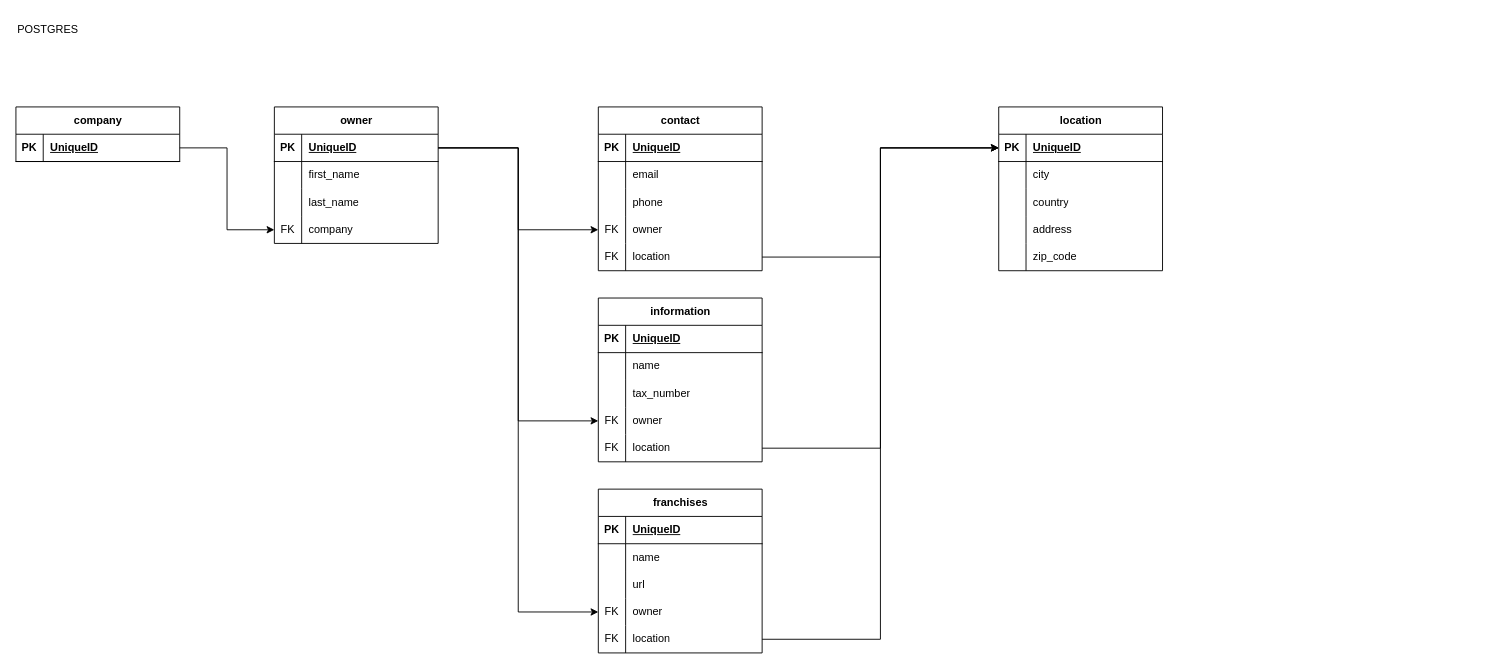
Earlier version of the draw.io diagram docs/DATABASE.drawio (daniel-mateus-dev/thecnical-test-clubhub). Source tidied: cells renumbered, new cells numbered last; positions are measured from the earlier drawing's top-left corner, leaving out a move shared by most shapes. Both pictures are drawn from the tidied source at 91%, with x=0, y=0 at pixel (15, 15).
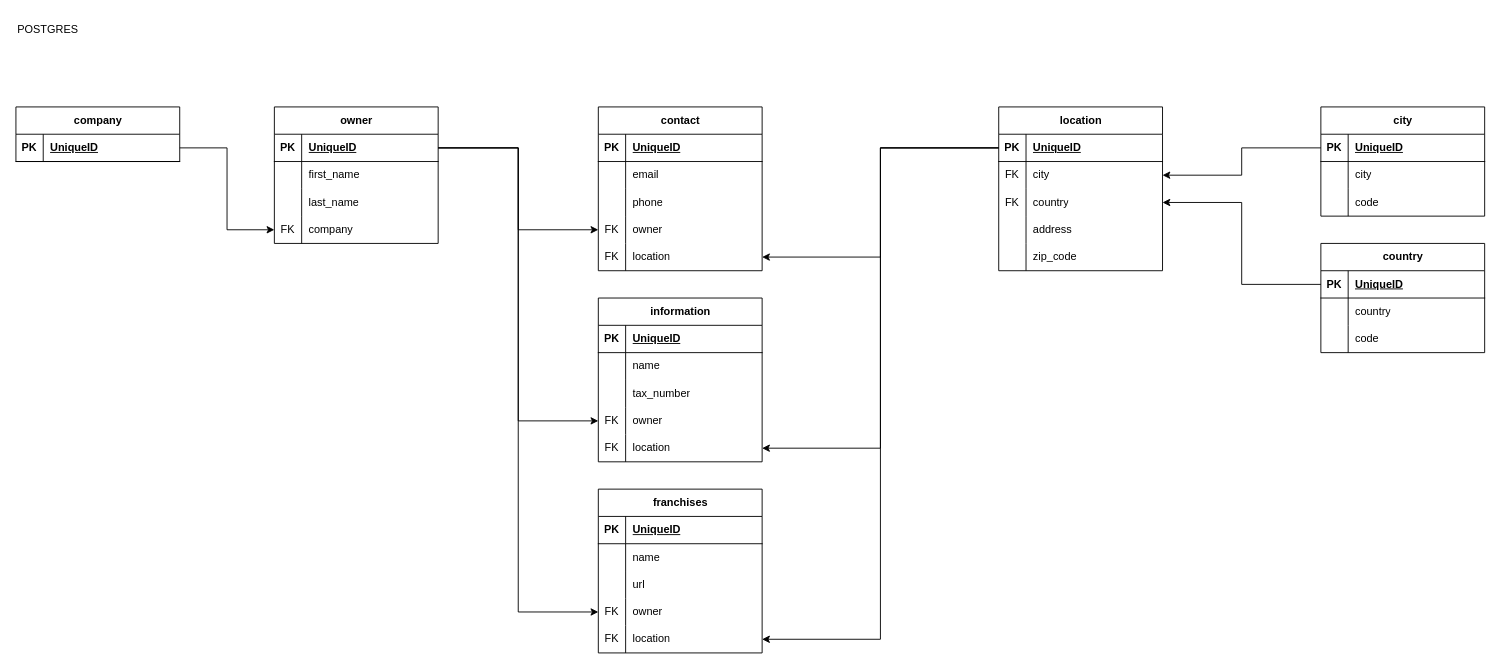
Above is the later version.

Unchanged cells that the change refers to:
```xml
<mxCell id="34" style="shape=tableRow;horizontal=0;startSize=0;swimlaneHead=0;swimlaneBody=0;fillColor=none;points=[[0,0.5],[1,0.5]];portConstraint=eastwest;top=0;left=0;right=0;bottom=0;" parent="21" vertex="1">
  <mxGeometry y="150" width="180" height="30" as="geometry" />
</mxCell>
<mxCell id="38" style="shape=tableRow;horizontal=0;startSize=0;swimlaneHead=0;swimlaneBody=0;fillColor=none;points=[[0,0.5],[1,0.5]];portConstraint=eastwest;top=0;left=0;right=0;bottom=1;" parent="37" vertex="1">
  <mxGeometry y="30" width="180" height="30" as="geometry" />
</mxCell>
<mxCell id="41" style="shape=tableRow;horizontal=0;startSize=0;swimlaneHead=0;swimlaneBody=0;fillColor=none;points=[[0,0.5],[1,0.5]];portConstraint=eastwest;top=0;left=0;right=0;bottom=0;" parent="37" vertex="1">
  <mxGeometry y="60" width="180" height="30" as="geometry" />
</mxCell>
<mxCell id="44" style="shape=tableRow;horizontal=0;startSize=0;swimlaneHead=0;swimlaneBody=0;fillColor=none;points=[[0,0.5],[1,0.5]];portConstraint=eastwest;top=0;left=0;right=0;bottom=0;" parent="37" vertex="1">
  <mxGeometry y="90" width="180" height="30" as="geometry" />
</mxCell>
<mxCell id="66" style="shape=tableRow;horizontal=0;startSize=0;swimlaneHead=0;swimlaneBody=0;fillColor=none;points=[[0,0.5],[1,0.5]];portConstraint=eastwest;top=0;left=0;right=0;bottom=0;" parent="53" vertex="1">
  <mxGeometry y="150" width="180" height="30" as="geometry" />
</mxCell>
<mxCell id="82" style="shape=tableRow;horizontal=0;startSize=0;swimlaneHead=0;swimlaneBody=0;fillColor=none;points=[[0,0.5],[1,0.5]];portConstraint=eastwest;top=0;left=0;right=0;bottom=0;" parent="69" vertex="1">
  <mxGeometry y="150" width="180" height="30" as="geometry" />
</mxCell>
```

What changed in the source:
```diff
@@
-    <mxCell id="42" style="shape=partialRectangle;fillColor=none;top=0;left=0;bottom=0;right=0;overflow=hidden;whiteSpace=wrap;html=1;" parent="41" vertex="1">
+    <mxCell id="42" value="FK" style="shape=partialRectangle;fillColor=none;top=0;left=0;bottom=0;right=0;overflow=hidden;whiteSpace=wrap;html=1;" parent="41" vertex="1">
       <mxGeometry width="30" height="30" as="geometry" />
     </mxCell>
@@
-    <mxCell id="45" style="shape=partialRectangle;fillColor=none;top=0;left=0;bottom=0;right=0;overflow=hidden;whiteSpace=wrap;html=1;" parent="44" vertex="1">
+    <mxCell id="45" value="FK" style="shape=partialRectangle;fillColor=none;top=0;left=0;bottom=0;right=0;overflow=hidden;whiteSpace=wrap;html=1;" parent="44" vertex="1">
       <mxGeometry width="30" height="30" as="geometry" />
     </mxCell>
@@
-    <mxCell id="88" style="edgeStyle=orthogonalEdgeStyle;rounded=0;jettySize=auto;html=1;" parent="1" edge="1" source="34" target="38">
-      <mxGeometry relative="1" as="geometry" />
-    </mxCell>
-    <mxCell id="89" style="edgeStyle=orthogonalEdgeStyle;rounded=0;jettySize=auto;html=1;" parent="1" edge="1" source="66" target="38">
-      <mxGeometry relative="1" as="geometry" />
-    </mxCell>
-    <mxCell id="90" style="edgeStyle=orthogonalEdgeStyle;rounded=0;jettySize=auto;html=1;" parent="1" edge="1" source="82" target="38">
-      <mxGeometry relative="1" as="geometry" />
-    </mxCell>
+    <mxCell id="91" style="edgeStyle=orthogonalEdgeStyle;rounded=0;jettySize=auto;html=1;" parent="1" edge="1" source="38" target="34">
+      <mxGeometry relative="1" as="geometry" />
+    </mxCell>
+    <mxCell id="92" style="edgeStyle=orthogonalEdgeStyle;rounded=0;jettySize=auto;html=1;" parent="1" edge="1" source="38" target="66">
+      <mxGeometry relative="1" as="geometry" />
+    </mxCell>
+    <mxCell id="93" style="edgeStyle=orthogonalEdgeStyle;rounded=0;jettySize=auto;html=1;" parent="1" edge="1" source="38" target="82">
+      <mxGeometry relative="1" as="geometry" />
+    </mxCell>
+    <mxCell id="94" value="city" style="shape=table;startSize=30;childLayout=tableLayout;rowLines=0;fontStyle=1;align=center;html=1;" parent="1" vertex="1">
+      <mxGeometry x="1434" y="100" width="180" height="120" as="geometry" />
+    </mxCell>
+    <mxCell id="95" style="shape=tableRow;horizontal=0;startSize=0;swimlaneHead=0;swimlaneBody=0;fillColor=none;points=[[0,0.5],[1,0.5]];portConstraint=eastwest;top=0;left=0;right=0;bottom=1;" parent="94" vertex="1">
+      <mxGeometry y="30" width="180" height="30" as="geometry" />
+    </mxCell>
+    <mxCell id="96" value="PK" style="shape=partialRectangle;fillColor=none;top=0;left=0;bottom=0;right=0;fontStyle=1;overflow=hidden;whiteSpace=wrap;html=1;" parent="95" vertex="1">
+      <mxGeometry width="30" height="30" as="geometry" />
+    </mxCell>
+    <mxCell id="97" value="UniqueID" style="shape=partialRectangle;fillColor=none;top=0;left=0;bottom=0;right=0;align=left;spacingLeft=6;fontStyle=5;overflow=hidden;whiteSpace=wrap;html=1;" parent="95" vertex="1">
+      <mxGeometry x="30" width="150" height="30" as="geometry" />
+    </mxCell>
+    <mxCell id="98" style="shape=tableRow;horizontal=0;startSize=0;swimlaneHead=0;swimlaneBody=0;fillColor=none;top=0;left=0;right=0;bottom=0;" parent="94" vertex="1">
+      <mxGeometry y="60" width="180" height="30" as="geometry" />
+    </mxCell>
+    <mxCell id="99" style="shape=partialRectangle;fillColor=none;top=0;left=0;bottom=0;right=0;overflow=hidden;whiteSpace=wrap;html=1;" parent="98" vertex="1">
+      <mxGeometry width="30" height="30" as="geometry" />
+    </mxCell>
+    <mxCell id="100" value="city" style="shape=partialRectangle;fillColor=none;top=0;left=0;bottom=0;right=0;align=left;spacingLeft=6;overflow=hidden;whiteSpace=wrap;html=1;" parent="98" vertex="1">
+      <mxGeometry x="30" width="150" height="30" as="geometry" />
+    </mxCell>
+    <mxCell id="101" style="shape=tableRow;horizontal=0;startSize=0;swimlaneHead=0;swimlaneBody=0;fillColor=none;top=0;left=0;right=0;bottom=0;" parent="94" vertex="1">
+      <mxGeometry y="90" width="180" height="30" as="geometry" />
+    </mxCell>
+    <mxCell id="102" style="shape=partialRectangle;fillColor=none;top=0;left=0;bottom=0;right=0;overflow=hidden;whiteSpace=wrap;html=1;" parent="101" vertex="1">
+      <mxGeometry width="30" height="30" as="geometry" />
+    </mxCell>
+    <mxCell id="103" value="code" style="shape=partialRectangle;fillColor=none;top=0;left=0;bottom=0;right=0;align=left;spacingLeft=6;overflow=hidden;whiteSpace=wrap;html=1;" parent="101" vertex="1">
+      <mxGeometry x="30" width="150" height="30" as="geometry" />
+    </mxCell>
+    <mxCell id="104" value="country" style="shape=table;startSize=30;childLayout=tableLayout;rowLines=0;fontStyle=1;align=center;html=1;" parent="1" vertex="1">
+      <mxGeometry x="1434" y="250" width="180" height="120" as="geometry" />
+    </mxCell>
+    <mxCell id="105" style="shape=tableRow;horizontal=0;startSize=0;swimlaneHead=0;swimlaneBody=0;fillColor=none;points=[[0,0.5],[1,0.5]];portConstraint=eastwest;top=0;left=0;right=0;bottom=1;" parent="104" vertex="1">
+      <mxGeometry y="30" width="180" height="30" as="geometry" />
+    </mxCell>
+    <mxCell id="106" value="PK" style="shape=partialRectangle;fillColor=none;top=0;left=0;bottom=0;right=0;fontStyle=1;overflow=hidden;whiteSpace=wrap;html=1;" parent="105" vertex="1">
+      <mxGeometry width="30" height="30" as="geometry" />
+    </mxCell>
+    <mxCell id="107" value="UniqueID" style="shape=partialRectangle;fillColor=none;top=0;left=0;bottom=0;right=0;align=left;spacingLeft=6;fontStyle=5;overflow=hidden;whiteSpace=wrap;html=1;" parent="105" vertex="1">
+      <mxGeometry x="30" width="150" height="30" as="geometry" />
+    </mxCell>
+    <mxCell id="108" style="shape=tableRow;horizontal=0;startSize=0;swimlaneHead=0;swimlaneBody=0;fillColor=none;top=0;left=0;right=0;bottom=0;" parent="104" vertex="1">
+      <mxGeometry y="60" width="180" height="30" as="geometry" />
+    </mxCell>
+    <mxCell id="109" style="shape=partialRectangle;fillColor=none;top=0;left=0;bottom=0;right=0;overflow=hidden;whiteSpace=wrap;html=1;" parent="108" vertex="1">
+      <mxGeometry width="30" height="30" as="geometry" />
+    </mxCell>
+    <mxCell id="110" value="country" style="shape=partialRectangle;fillColor=none;top=0;left=0;bottom=0;right=0;align=left;spacingLeft=6;overflow=hidden;whiteSpace=wrap;html=1;" parent="108" vertex="1">
+      <mxGeometry x="30" width="150" height="30" as="geometry" />
+    </mxCell>
+    <mxCell id="111" style="shape=tableRow;horizontal=0;startSize=0;swimlaneHead=0;swimlaneBody=0;fillColor=none;top=0;left=0;right=0;bottom=0;" parent="104" vertex="1">
+      <mxGeometry y="90" width="180" height="30" as="geometry" />
+    </mxCell>
+    <mxCell id="112" style="shape=partialRectangle;fillColor=none;top=0;left=0;bottom=0;right=0;overflow=hidden;whiteSpace=wrap;html=1;" parent="111" vertex="1">
+      <mxGeometry width="30" height="30" as="geometry" />
+    </mxCell>
+    <mxCell id="113" value="code" style="shape=partialRectangle;fillColor=none;top=0;left=0;bottom=0;right=0;align=left;spacingLeft=6;overflow=hidden;whiteSpace=wrap;html=1;" parent="111" vertex="1">
+      <mxGeometry x="30" width="150" height="30" as="geometry" />
+    </mxCell>
+    <mxCell id="114" style="edgeStyle=orthogonalEdgeStyle;rounded=0;jettySize=auto;html=1;" parent="1" edge="1" source="95" target="41">
+      <mxGeometry relative="1" as="geometry" />
+    </mxCell>
+    <mxCell id="115" style="edgeStyle=orthogonalEdgeStyle;rounded=0;jettySize=auto;html=1;" parent="1" edge="1" source="105" target="44">
+      <mxGeometry relative="1" as="geometry" />
+    </mxCell>
```
